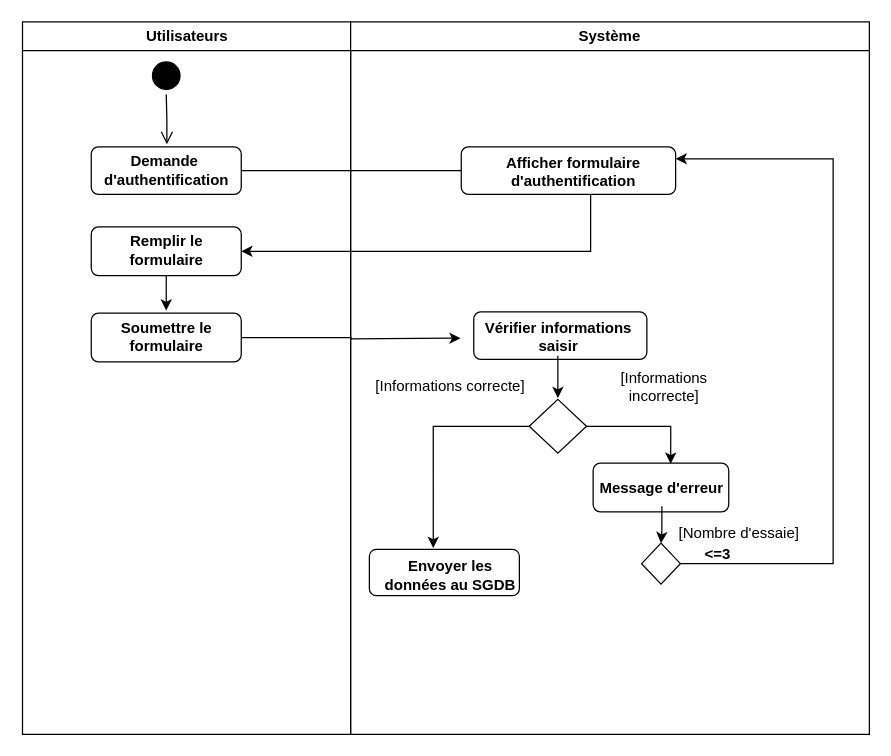
Earlier version of the draw.io diagram act3.drawio (louis-fresnel99/TpGasaL1). Source tidied: cells renumbered, new cells numbered last; positions are measured from the earlier drawing's top-left corner, leaving out a move shared by most shapes. Both pictures are drawn from the tidied source at 125%, with x=0, y=0 at pixel (21, 21).
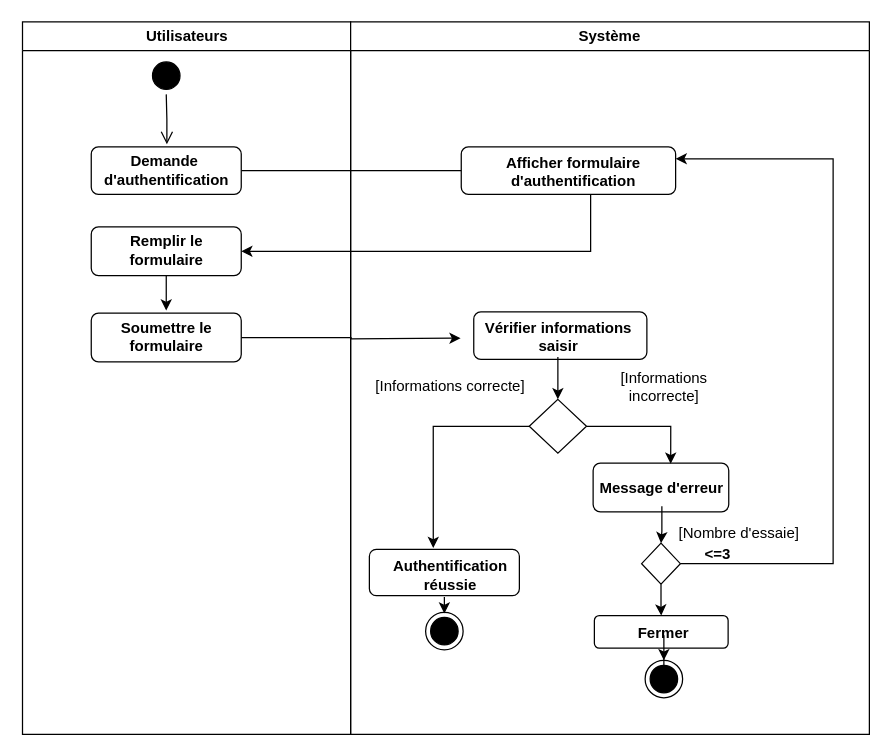
The same page after the edit.

Commit message:
Mettre à jour act3.drawio

The change refers to these unchanged cells:
```xml
<mxCell id="14" value="Système" style="swimlane;whiteSpace=wrap;" parent="1" vertex="1">
  <mxGeometry x="263" width="415" height="570" as="geometry" />
</mxCell>
<mxCell id="19" value="&lt;b&gt;Vérifier informations saisir&lt;/b&gt;" style="text;html=1;align=center;verticalAlign=middle;whiteSpace=wrap;rounded=0;" parent="14" vertex="1">
  <mxGeometry x="103.5" y="237" width="124.5" height="30" as="geometry" />
</mxCell>
<mxCell id="30" style="rhombus;whiteSpace=wrap;html=1;" parent="14" vertex="1">
  <mxGeometry x="232.8" y="417" width="31" height="32.8" as="geometry" />
</mxCell>
```

What changed in the source:
```diff
@@
-    <mxCell id="18" style="edgeStyle=orthogonalEdgeStyle;rounded=0;jettySize=auto;html=1;" parent="14" edge="1" source="19">
+    <mxCell id="18" style="edgeStyle=orthogonalEdgeStyle;rounded=0;orthogonalLoop=1;jettySize=auto;html=1;" parent="14" edge="1">
       <mxGeometry relative="1" as="geometry">
-        <mxPoint x="165.8" y="301" as="targetPoint" />
+        <mxPoint x="165.8" y="268" as="sourcePoint" />
+        <mxPoint x="165.8" y="302" as="targetPoint" />
       </mxGeometry>
     </mxCell>
@@
-    <mxCell id="28" value="&lt;b&gt;Envoyer les données au SGDB&lt;/b&gt;" style="text;html=1;align=center;verticalAlign=middle;whiteSpace=wrap;rounded=0;" parent="14" vertex="1">
+    <mxCell id="28" value="&lt;b&gt;Authentification réussie&lt;/b&gt;" style="text;html=1;align=center;verticalAlign=middle;whiteSpace=wrap;rounded=0;" parent="14" vertex="1">
       <mxGeometry x="25" y="428" width="110" height="30" as="geometry" />
     </mxCell>
@@
+    <mxCell id="35" style="edgeStyle=orthogonalEdgeStyle;rounded=0;jettySize=auto;html=1;entryX=0.5;entryY=0;entryDx=0;entryDy=0;" parent="14" edge="1" source="30" target="36">
+      <mxGeometry relative="1" as="geometry" />
+    </mxCell>
@@
+    <mxCell id="36" style="rounded=1;whiteSpace=wrap;html=1;" parent="14" vertex="1">
+      <mxGeometry x="195" y="475" width="107" height="26" as="geometry" />
+    </mxCell>
+    <mxCell id="37" value="&lt;b&gt;Fermer&lt;/b&gt;" style="text;html=1;align=center;verticalAlign=middle;whiteSpace=wrap;rounded=0;" parent="14" vertex="1">
+      <mxGeometry x="202.2" y="475" width="96.8" height="27" as="geometry" />
+    </mxCell>
@@
+    <mxCell id="38" style="ellipse;html=1;shape=endState;fillColor=#000000;strokeColor=#000000;" parent="1" vertex="1">
+      <mxGeometry x="498.6" y="510.7" width="30" height="30" as="geometry" />
+    </mxCell>
+    <mxCell id="39" style="edgeStyle=orthogonalEdgeStyle;rounded=0;jettySize=auto;html=1;" parent="1" edge="1" source="37" target="38">
+      <mxGeometry relative="1" as="geometry" />
+    </mxCell>
+    <mxCell id="40" style="ellipse;html=1;shape=endState;fillColor=#000000;strokeColor=#000000;" parent="1" vertex="1">
+      <mxGeometry x="323" y="472.4" width="30" height="30" as="geometry" />
+    </mxCell>
+    <mxCell id="41" style="edgeStyle=orthogonalEdgeStyle;rounded=0;orthogonalLoop=1;jettySize=auto;html=1;" parent="1" edge="1">
+      <mxGeometry relative="1" as="geometry">
+        <mxPoint x="338" y="460" as="sourcePoint" />
+        <mxPoint x="338" y="473.4" as="targetPoint" />
+      </mxGeometry>
+    </mxCell>
```
